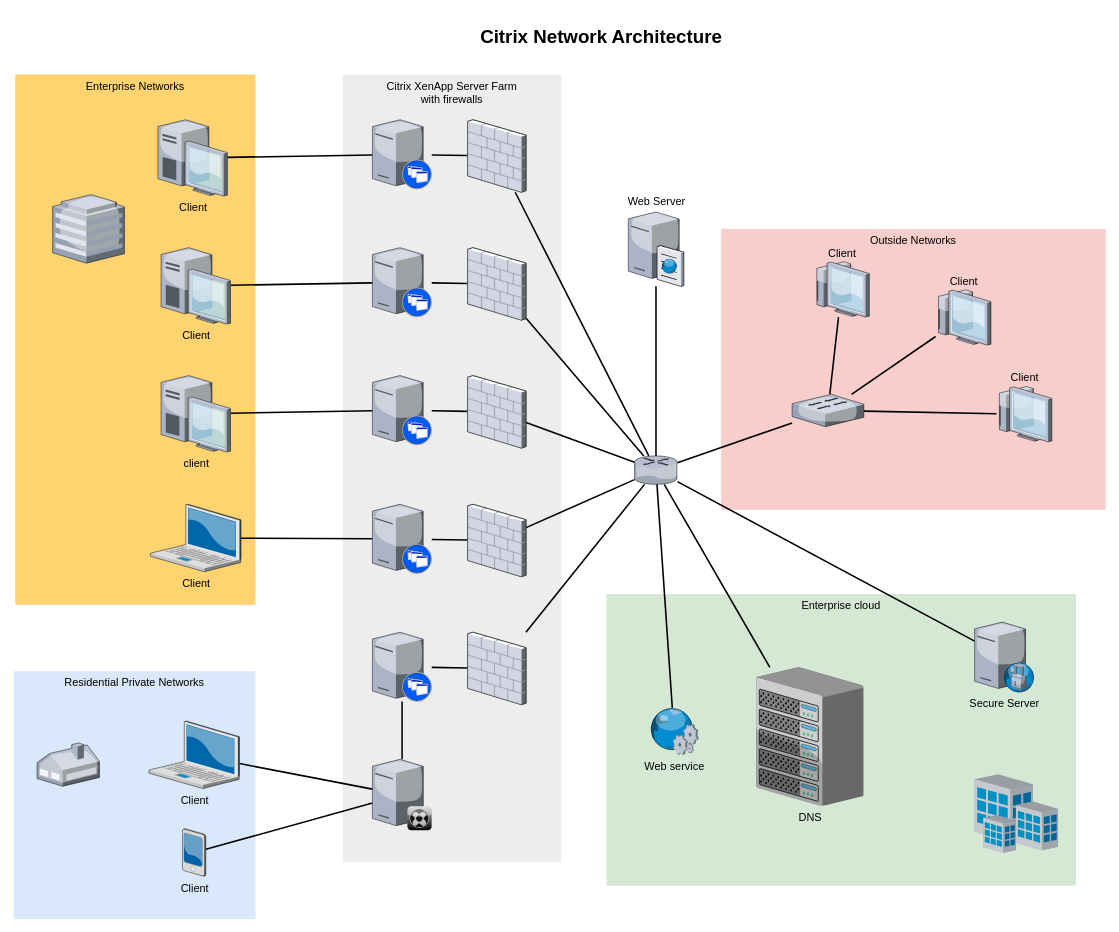
Earlier version of the draw.io diagram Untitled Diagram.drawio (INNOVAITCOL/TEST). Source tidied: cells renumbered, new cells numbered last; positions are measured from the earlier drawing's top-left corner, leaving out a move shared by most shapes. Both pictures are drawn from the tidied source at 78%, with x=0, y=0 at pixel (13, 21).
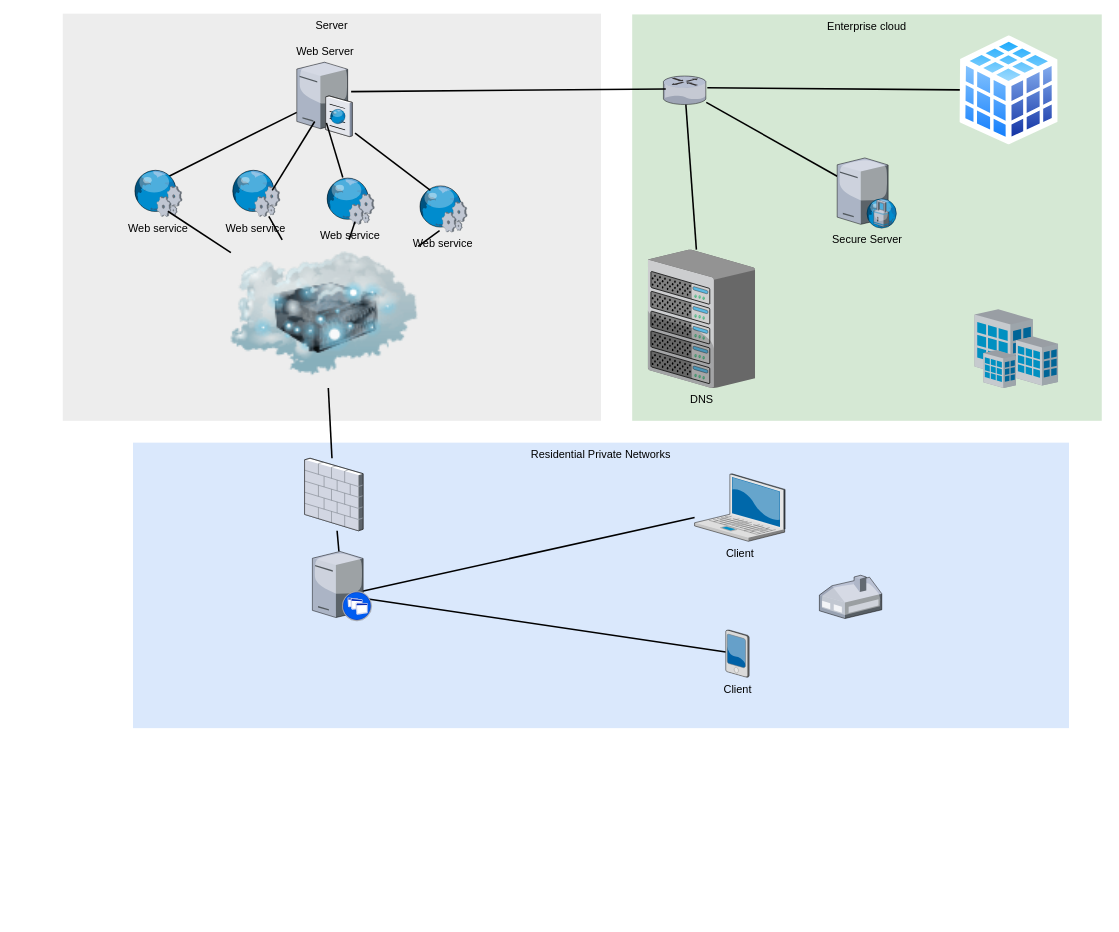
After the change.

Diff of the diagram source:
```diff
@@
-    <mxCell id="2" value="Outside Networks" style="whiteSpace=wrap;html=1;fillColor=#f8cecc;fontSize=14;strokeColor=none;verticalAlign=top;" parent="1" vertex="1">
-      <mxGeometry x="907" y="266" width="493" height="360" as="geometry" />
-    </mxCell>
     <mxCell id="3" value="Enterprise cloud" style="whiteSpace=wrap;html=1;fillColor=#d5e8d4;fontSize=14;strokeColor=none;verticalAlign=top;" parent="1" vertex="1">
-      <mxGeometry x="760" y="734" width="602" height="374" as="geometry" />
+      <mxGeometry x="793" y="-9" width="602" height="521" as="geometry" />
     </mxCell>
-    <mxCell id="4" value="Citrix XenApp Server Farm&lt;div&gt;with firewalls&lt;/div&gt;" style="whiteSpace=wrap;html=1;fillColor=#EDEDED;fontSize=14;strokeColor=none;verticalAlign=top;" parent="1" vertex="1">
-      <mxGeometry x="422" y="68" width="280" height="1010" as="geometry" />
+    <mxCell id="4" value="Server&lt;br&gt;" style="whiteSpace=wrap;html=1;fillColor=#EDEDED;fontSize=14;strokeColor=none;verticalAlign=top;" parent="1" vertex="1">
+      <mxGeometry x="63" y="-10" width="690" height="522" as="geometry" />
     </mxCell>
     <mxCell id="5" value="Residential Private Networks" style="whiteSpace=wrap;html=1;fillColor=#dae8fc;fontSize=14;strokeColor=none;verticalAlign=top;" parent="1" vertex="1">
-      <mxGeometry y="833" width="310" height="318" as="geometry" />
+      <mxGeometry x="153" y="540" width="1200" height="366" as="geometry" />
     </mxCell>
-    <mxCell id="6" value="Enterprise Networks" style="whiteSpace=wrap;html=1;fillColor=#FFD470;gradientColor=none;fontSize=14;strokeColor=none;verticalAlign=top;" parent="1" vertex="1">
-      <mxGeometry x="2" y="68" width="308" height="680" as="geometry" />
-    </mxCell>
-    <mxCell id="7" style="edgeStyle=none;rounded=0;html=1;startSize=10;endSize=10;jettySize=auto;fontSize=14;endArrow=none;endFill=0;strokeWidth=2;" parent="1" edge="1" source="8" target="35">
+    <mxCell id="7" style="edgeStyle=none;rounded=0;html=1;startSize=10;endSize=10;jettySize=auto;fontSize=14;endArrow=none;endFill=0;strokeWidth=2;entryX=0.763;entryY=0.586;entryDx=0;entryDy=0;entryPerimeter=0;" parent="1" edge="1" source="8" target="20">
       <mxGeometry relative="1" as="geometry" />
     </mxCell>
     <mxCell id="8" value="Client" style="verticalLabelPosition=bottom;html=1;verticalAlign=top;strokeColor=none;shape=mxgraph.citrix.laptop_2;fillColor=#66B2FF;gradientColor=#0066CC;fontSize=14;" parent="1" vertex="1">
-      <mxGeometry x="173.5" y="897" width="116" height="86.5" as="geometry" />
+      <mxGeometry x="873" y="580" width="116" height="86.5" as="geometry" />
     </mxCell>
-    <mxCell id="9" style="edgeStyle=none;rounded=0;html=1;startSize=10;endSize=10;jettySize=auto;fontSize=14;endArrow=none;endFill=0;strokeWidth=2;" parent="1" edge="1" source="10" target="22">
-      <mxGeometry relative="1" as="geometry" />
-    </mxCell>
-    <mxCell id="10" value="Client" style="verticalLabelPosition=bottom;html=1;verticalAlign=top;strokeColor=none;shape=mxgraph.citrix.laptop_2;fillColor=#66B2FF;gradientColor=#0066CC;fontSize=14;" parent="1" vertex="1">
-      <mxGeometry x="175.5" y="619" width="116" height="86.5" as="geometry" />
-    </mxCell>
-    <mxCell id="11" style="edgeStyle=none;rounded=0;html=1;startSize=10;endSize=10;jettySize=auto;fontSize=14;endArrow=none;endFill=0;strokeWidth=2;" parent="1" edge="1" source="12" target="24">
-      <mxGeometry relative="1" as="geometry" />
-    </mxCell>
-    <mxCell id="12" value="client" style="verticalLabelPosition=bottom;html=1;verticalAlign=top;strokeColor=none;shape=mxgraph.citrix.desktop;fillColor=#66B2FF;gradientColor=#0066CC;fontSize=14;" parent="1" vertex="1">
-      <mxGeometry x="189" y="454" width="89" height="98" as="geometry" />
-    </mxCell>
-    <mxCell id="13" style="edgeStyle=none;rounded=0;html=1;startSize=10;endSize=10;jettySize=auto;fontSize=14;endArrow=none;endFill=0;strokeWidth=2;" parent="1" edge="1" source="14" target="26">
-      <mxGeometry relative="1" as="geometry" />
-    </mxCell>
-    <mxCell id="14" value="Client" style="verticalLabelPosition=bottom;html=1;verticalAlign=top;strokeColor=none;shape=mxgraph.citrix.desktop;fillColor=#66B2FF;gradientColor=#0066CC;fontSize=14;" parent="1" vertex="1">
-      <mxGeometry x="189" y="290" width="89" height="98" as="geometry" />
-    </mxCell>
-    <mxCell id="15" style="edgeStyle=none;rounded=0;html=1;startSize=10;endSize=10;jettySize=auto;fontSize=14;endArrow=none;endFill=0;strokeWidth=2;" parent="1" edge="1" source="16" target="28">
-      <mxGeometry relative="1" as="geometry" />
-    </mxCell>
-    <mxCell id="16" value="Client" style="verticalLabelPosition=bottom;html=1;verticalAlign=top;strokeColor=none;shape=mxgraph.citrix.desktop;fillColor=#66B2FF;gradientColor=#0066CC;fontSize=14;" parent="1" vertex="1">
-      <mxGeometry x="185" y="126" width="89" height="98" as="geometry" />
-    </mxCell>
-    <mxCell id="17" style="edgeStyle=none;rounded=0;html=1;startSize=10;endSize=10;jettySize=auto;fontSize=14;endArrow=none;endFill=0;strokeWidth=2;" parent="1" edge="1" source="18" target="35">
+    <mxCell id="17" style="edgeStyle=none;rounded=0;html=1;startSize=10;endSize=10;jettySize=auto;fontSize=14;endArrow=none;endFill=0;strokeWidth=2;entryX=0.741;entryY=0.661;entryDx=0;entryDy=0;entryPerimeter=0;" parent="1" edge="1" source="18" target="20">
       <mxGeometry relative="1" as="geometry" />
     </mxCell>
     <mxCell id="18" value="Client" style="verticalLabelPosition=bottom;html=1;verticalAlign=top;strokeColor=none;shape=mxgraph.citrix.pda;fillColor=#66B2FF;gradientColor=#0066CC;fontSize=14;" parent="1" vertex="1">
-      <mxGeometry x="216.5" y="1035" width="30" height="61" as="geometry" />
+      <mxGeometry x="913" y="780" width="30" height="61" as="geometry" />
     </mxCell>
@@
     <mxCell id="20" style="verticalLabelPosition=bottom;html=1;verticalAlign=top;strokeColor=none;shape=mxgraph.citrix.xenapp_server;fillColor=#66B2FF;gradientColor=#0066CC;fontSize=14;" parent="1" vertex="1">
-      <mxGeometry x="460" y="783" width="76" height="89" as="geometry" />
+      <mxGeometry x="383" y="679.5" width="76" height="89" as="geometry" />
     </mxCell>
-    <mxCell id="21" style="edgeStyle=none;rounded=0;html=1;startSize=10;endSize=10;jettySize=auto;fontSize=14;endArrow=none;endFill=0;strokeWidth=2;" parent="1" edge="1" source="22" target="45">
-      <mxGeometry relative="1" as="geometry" />
-    </mxCell>
-    <mxCell id="22" style="verticalLabelPosition=bottom;html=1;verticalAlign=top;strokeColor=none;shape=mxgraph.citrix.xenapp_server;fillColor=#66B2FF;gradientColor=#0066CC;fontSize=14;" parent="1" vertex="1">
-      <mxGeometry x="460" y="619" width="76" height="89" as="geometry" />
-    </mxCell>
-    <mxCell id="23" style="edgeStyle=none;rounded=0;html=1;startSize=10;endSize=10;jettySize=auto;fontSize=14;endArrow=none;endFill=0;strokeWidth=2;" parent="1" edge="1" source="24" target="43">
-      <mxGeometry relative="1" as="geometry" />
-    </mxCell>
-    <mxCell id="24" style="verticalLabelPosition=bottom;html=1;verticalAlign=top;strokeColor=none;shape=mxgraph.citrix.xenapp_server;fillColor=#66B2FF;gradientColor=#0066CC;fontSize=14;" parent="1" vertex="1">
-      <mxGeometry x="460" y="454" width="76" height="89" as="geometry" />
-    </mxCell>
-    <mxCell id="25" style="edgeStyle=none;rounded=0;html=1;startSize=10;endSize=10;jettySize=auto;fontSize=14;endArrow=none;endFill=0;strokeWidth=2;" parent="1" edge="1" source="26" target="41">
-      <mxGeometry relative="1" as="geometry" />
-    </mxCell>
-    <mxCell id="26" style="verticalLabelPosition=bottom;html=1;verticalAlign=top;strokeColor=none;shape=mxgraph.citrix.xenapp_server;fillColor=#66B2FF;gradientColor=#0066CC;fontSize=14;" parent="1" vertex="1">
-      <mxGeometry x="460" y="290" width="76" height="89" as="geometry" />
-    </mxCell>
-    <mxCell id="27" style="edgeStyle=none;rounded=0;html=1;startSize=10;endSize=10;jettySize=auto;fontSize=14;endArrow=none;endFill=0;strokeWidth=2;" parent="1" edge="1" source="28" target="39">
-      <mxGeometry relative="1" as="geometry" />
-    </mxCell>
-    <mxCell id="28" style="verticalLabelPosition=bottom;html=1;verticalAlign=top;strokeColor=none;shape=mxgraph.citrix.xenapp_server;fillColor=#66B2FF;gradientColor=#0066CC;fontSize=14;" parent="1" vertex="1">
-      <mxGeometry x="460" y="126" width="76" height="89" as="geometry" />
-    </mxCell>
@@
-    <mxCell id="30" style="edgeStyle=none;rounded=0;html=1;startSize=10;endSize=10;jettySize=auto;fontSize=14;endArrow=none;endFill=0;strokeWidth=2;" parent="1" edge="1" source="33" target="36">
+    <mxCell id="30" style="edgeStyle=none;rounded=0;html=1;startSize=10;endSize=10;jettySize=auto;fontSize=14;endArrow=none;endFill=0;strokeWidth=2;exitX=0.683;exitY=0.167;exitDx=0;exitDy=0;exitPerimeter=0;" parent="1" edge="1" source="63" target="36">
       <mxGeometry relative="1" as="geometry" />
     </mxCell>
-    <mxCell id="31" style="edgeStyle=none;rounded=0;html=1;startSize=10;endSize=10;jettySize=auto;fontSize=14;endArrow=none;endFill=0;strokeWidth=2;" parent="1" edge="1" source="33" target="54">
-      <mxGeometry relative="1" as="geometry" />
-    </mxCell>
@@
     <mxCell id="33" style="verticalLabelPosition=bottom;html=1;verticalAlign=top;strokeColor=none;shape=mxgraph.citrix.router;fillColor=#66B2FF;gradientColor=#0066CC;fontSize=14;" parent="1" vertex="1">
-      <mxGeometry x="796" y="557" width="55" height="36.5" as="geometry" />
+      <mxGeometry x="833" y="70" width="55" height="36.5" as="geometry" />
     </mxCell>
-    <mxCell id="34" style="edgeStyle=none;rounded=0;html=1;startSize=10;endSize=10;jettySize=auto;fontSize=14;endArrow=none;endFill=0;strokeWidth=2;" parent="1" edge="1" source="35" target="20">
-      <mxGeometry relative="1" as="geometry" />
-    </mxCell>
-    <mxCell id="35" style="verticalLabelPosition=bottom;html=1;verticalAlign=top;strokeColor=none;shape=mxgraph.citrix.xenclient_synchronizer;fillColor=#CCCCCC;gradientColor=#000000;gradientDirection=south;fontSize=14;" parent="1" vertex="1">
-      <mxGeometry x="460" y="946" width="76" height="91" as="geometry" />
-    </mxCell>
     <mxCell id="36" value="Web Server" style="verticalLabelPosition=top;html=1;verticalAlign=bottom;strokeColor=none;shape=mxgraph.citrix.cache_server;fillColor=#66B2FF;gradientColor=#0066CC;fontSize=14;labelPosition=center;align=center;" parent="1" vertex="1">
-      <mxGeometry x="788" y="242" width="71" height="97.5" as="geometry" />
+      <mxGeometry x="363" y="50" width="71" height="97.5" as="geometry" />
     </mxCell>
     <mxCell id="37" value="DNS" style="verticalLabelPosition=bottom;html=1;verticalAlign=top;strokeColor=none;shape=mxgraph.citrix.chassis;fillColor=#66B2FF;gradientColor=#0066CC;fontSize=14;" parent="1" vertex="1">
-      <mxGeometry x="952" y="828" width="137.5" height="177.5" as="geometry" />
+      <mxGeometry x="813" y="292.5" width="137.5" height="177.5" as="geometry" />
     </mxCell>
-    <mxCell id="38" style="edgeStyle=none;rounded=0;html=1;startSize=10;endSize=10;jettySize=auto;fontSize=14;endArrow=none;endFill=0;strokeWidth=2;" parent="1" edge="1" source="39" target="33">
-      <mxGeometry relative="1" as="geometry" />
-    </mxCell>
-    <mxCell id="39" style="verticalLabelPosition=bottom;html=1;verticalAlign=top;strokeColor=none;shape=mxgraph.citrix.firewall;fillColor=#66B2FF;gradientColor=#0066CC;fontSize=14;" parent="1" vertex="1">
-      <mxGeometry x="582" y="126" width="75" height="93" as="geometry" />
-    </mxCell>
-    <mxCell id="40" style="edgeStyle=none;rounded=0;html=1;startSize=10;endSize=10;jettySize=auto;fontSize=14;endArrow=none;endFill=0;strokeWidth=2;" parent="1" edge="1" source="41" target="33">
-      <mxGeometry relative="1" as="geometry" />
-    </mxCell>
-    <mxCell id="41" style="verticalLabelPosition=bottom;html=1;verticalAlign=top;strokeColor=none;shape=mxgraph.citrix.firewall;fillColor=#66B2FF;gradientColor=#0066CC;fontSize=14;" parent="1" vertex="1">
-      <mxGeometry x="582" y="290" width="75" height="93" as="geometry" />
-    </mxCell>
-    <mxCell id="42" style="edgeStyle=none;rounded=0;html=1;startSize=10;endSize=10;jettySize=auto;fontSize=14;endArrow=none;endFill=0;strokeWidth=2;" parent="1" edge="1" source="43" target="33">
-      <mxGeometry relative="1" as="geometry" />
-    </mxCell>
-    <mxCell id="43" style="verticalLabelPosition=bottom;html=1;verticalAlign=top;strokeColor=none;shape=mxgraph.citrix.firewall;fillColor=#66B2FF;gradientColor=#0066CC;fontSize=14;" parent="1" vertex="1">
-      <mxGeometry x="582" y="454" width="75" height="93" as="geometry" />
-    </mxCell>
-    <mxCell id="44" style="edgeStyle=none;rounded=0;html=1;startSize=10;endSize=10;jettySize=auto;fontSize=14;endArrow=none;endFill=0;strokeWidth=2;" parent="1" edge="1" source="45" target="33">
-      <mxGeometry relative="1" as="geometry" />
-    </mxCell>
-    <mxCell id="45" style="verticalLabelPosition=bottom;html=1;verticalAlign=top;strokeColor=none;shape=mxgraph.citrix.firewall;fillColor=#66B2FF;gradientColor=#0066CC;fontSize=14;" parent="1" vertex="1">
-      <mxGeometry x="582" y="619" width="75" height="93" as="geometry" />
-    </mxCell>
-    <mxCell id="46" style="edgeStyle=none;rounded=0;html=1;startSize=10;endSize=10;jettySize=auto;fontSize=14;endArrow=none;endFill=0;strokeWidth=2;" parent="1" edge="1" source="47" target="33">
+    <mxCell id="46" style="edgeStyle=none;rounded=0;html=1;startSize=10;endSize=10;jettySize=auto;fontSize=14;endArrow=none;endFill=0;strokeWidth=2;" parent="1" edge="1" source="47" target="62">
       <mxGeometry relative="1" as="geometry" />
     </mxCell>
     <mxCell id="47" style="verticalLabelPosition=bottom;html=1;verticalAlign=top;strokeColor=none;shape=mxgraph.citrix.firewall;fillColor=#66B2FF;gradientColor=#0066CC;fontSize=14;" parent="1" vertex="1">
-      <mxGeometry x="582" y="783" width="75" height="93" as="geometry" />
+      <mxGeometry x="373" y="560" width="75" height="93" as="geometry" />
     </mxCell>
     <mxCell id="48" style="verticalLabelPosition=bottom;html=1;verticalAlign=top;strokeColor=none;shape=mxgraph.citrix.home_office;fillColor=#66B2FF;gradientColor=#0066CC;fontSize=14;" parent="1" vertex="1">
-      <mxGeometry x="30" y="925" width="80" height="55.5" as="geometry" />
+      <mxGeometry x="1033" y="710" width="80" height="55.5" as="geometry" />
     </mxCell>
-    <mxCell id="49" style="verticalLabelPosition=bottom;html=1;verticalAlign=top;strokeColor=none;shape=mxgraph.citrix.hq_enterprise;fillColor=#66B2FF;gradientColor=#0066CC;fontSize=14;" parent="1" vertex="1">
-      <mxGeometry x="50" y="222" width="92" height="88" as="geometry" />
-    </mxCell>
     <mxCell id="50" value="Secure Server" style="verticalLabelPosition=bottom;html=1;verticalAlign=top;strokeColor=none;shape=mxgraph.citrix.proxy_server;fillColor=#66B2FF;gradientColor=#0066CC;fontSize=14;" parent="1" vertex="1">
-      <mxGeometry x="1232" y="770" width="76.5" height="90" as="geometry" />
+      <mxGeometry x="1055.8" y="175" width="76.5" height="90" as="geometry" />
     </mxCell>
-    <mxCell id="51" style="edgeStyle=none;rounded=0;html=1;startSize=10;endSize=10;jettySize=auto;fontSize=14;endArrow=none;endFill=0;strokeWidth=2;" parent="1" edge="1" source="54" target="57">
-      <mxGeometry relative="1" as="geometry" />
-    </mxCell>
-    <mxCell id="52" style="edgeStyle=none;rounded=0;html=1;startSize=10;endSize=10;jettySize=auto;fontSize=14;endArrow=none;endFill=0;strokeWidth=2;" parent="1" edge="1" source="54" target="56">
-      <mxGeometry relative="1" as="geometry" />
-    </mxCell>
-    <mxCell id="53" style="edgeStyle=none;rounded=0;html=1;startSize=10;endSize=10;jettySize=auto;fontSize=14;endArrow=none;endFill=0;strokeWidth=2;" parent="1" edge="1" source="54" target="55">
-      <mxGeometry relative="1" as="geometry" />
-    </mxCell>
-    <mxCell id="54" style="verticalLabelPosition=bottom;html=1;verticalAlign=top;strokeColor=none;shape=mxgraph.citrix.switch;fillColor=#66B2FF;gradientColor=#0066CC;fontSize=14;" parent="1" vertex="1">
-      <mxGeometry x="998" y="478" width="92" height="41.5" as="geometry" />
-    </mxCell>
-    <mxCell id="55" value="Client" style="verticalLabelPosition=top;html=1;verticalAlign=bottom;strokeColor=none;shape=mxgraph.citrix.thin_client;fillColor=#66B2FF;gradientColor=#0066CC;fontSize=14;labelPosition=center;align=center;" parent="1" vertex="1">
-      <mxGeometry x="1260" y="468" width="71" height="71" as="geometry" />
-    </mxCell>
-    <mxCell id="56" value="Client" style="verticalLabelPosition=top;html=1;verticalAlign=bottom;strokeColor=none;shape=mxgraph.citrix.thin_client;fillColor=#66B2FF;gradientColor=#0066CC;fontSize=14;labelPosition=center;align=center;" parent="1" vertex="1">
-      <mxGeometry x="1182" y="344" width="71" height="71" as="geometry" />
-    </mxCell>
-    <mxCell id="57" value="Client" style="verticalLabelPosition=top;html=1;verticalAlign=bottom;strokeColor=none;shape=mxgraph.citrix.thin_client;fillColor=#66B2FF;gradientColor=#0066CC;fontSize=14;labelPosition=center;align=center;" parent="1" vertex="1">
-      <mxGeometry x="1026" y="308" width="71" height="71" as="geometry" />
-    </mxCell>
-    <mxCell id="58" style="edgeStyle=none;rounded=0;html=1;startSize=10;endSize=10;jettySize=auto;fontSize=14;endArrow=none;endFill=0;strokeWidth=2;" parent="1" edge="1" source="59" target="33">
-      <mxGeometry relative="1" as="geometry" />
-    </mxCell>
-    <mxCell id="59" value="Web service" style="verticalLabelPosition=bottom;html=1;verticalAlign=top;strokeColor=none;shape=mxgraph.citrix.web_service;fillColor=#66B2FF;gradientColor=#0066CC;fontSize=14;" parent="1" vertex="1">
-      <mxGeometry x="815" y="880" width="63" height="60" as="geometry" />
-    </mxCell>
     <mxCell id="60" style="verticalLabelPosition=bottom;html=1;verticalAlign=top;strokeColor=none;shape=mxgraph.citrix.site;fillColor=#66B2FF;gradientColor=#0066CC;fontSize=14;" parent="1" vertex="1">
-      <mxGeometry x="1232" y="965" width="107" height="101" as="geometry" />
+      <mxGeometry x="1232" y="369" width="107" height="101" as="geometry" />
     </mxCell>
-    <mxCell id="61" value="Citrix Network Architecture" style="text;strokeColor=none;fillColor=none;html=1;fontSize=24;fontStyle=1;verticalAlign=middle;align=center;" parent="1" vertex="1">
-      <mxGeometry x="322" width="861" height="40" as="geometry" />
-    </mxCell>
+    <mxCell id="62" style="image;html=1;image=img/lib/clip_art/networking/Cloud_Server_128x128.png;" parent="1" vertex="1">
+      <mxGeometry x="278.5" y="280" width="240" height="190" as="geometry" />
+    </mxCell>
+    <mxCell id="63" value="Web service" style="verticalLabelPosition=bottom;html=1;verticalAlign=top;strokeColor=none;shape=mxgraph.citrix.web_service;fillColor=#66B2FF;gradientColor=#0066CC;fontSize=14;" parent="1" vertex="1">
+      <mxGeometry x="153" y="190" width="63" height="60" as="geometry" />
+    </mxCell>
+    <mxCell id="64" value="Web service" style="verticalLabelPosition=bottom;html=1;verticalAlign=top;strokeColor=none;shape=mxgraph.citrix.web_service;fillColor=#66B2FF;gradientColor=#0066CC;fontSize=14;" parent="1" vertex="1">
+      <mxGeometry x="278.5" y="190" width="63" height="60" as="geometry" />
+    </mxCell>
+    <mxCell id="65" value="Web service" style="verticalLabelPosition=bottom;html=1;verticalAlign=top;strokeColor=none;shape=mxgraph.citrix.web_service;fillColor=#66B2FF;gradientColor=#0066CC;fontSize=14;" parent="1" vertex="1">
+      <mxGeometry x="399.5" y="200" width="63" height="60" as="geometry" />
+    </mxCell>
+    <mxCell id="66" style="edgeStyle=none;rounded=0;html=1;startSize=10;endSize=10;jettySize=auto;fontSize=14;endArrow=none;endFill=0;strokeWidth=2;entryX=0.324;entryY=0.803;entryDx=0;entryDy=0;entryPerimeter=0;exitX=0.841;exitY=0.444;exitDx=0;exitDy=0;exitPerimeter=0;" parent="1" edge="1" source="64" target="36">
+      <mxGeometry relative="1" as="geometry" />
+    </mxCell>
+    <mxCell id="67" style="edgeStyle=none;rounded=0;html=1;startSize=10;endSize=10;jettySize=auto;fontSize=14;endArrow=none;endFill=0;strokeWidth=2;entryX=0.535;entryY=0.821;entryDx=0;entryDy=0;entryPerimeter=0;" parent="1" edge="1" source="65" target="36">
+      <mxGeometry relative="1" as="geometry" />
+    </mxCell>
+    <mxCell id="68" value="Web service" style="verticalLabelPosition=bottom;html=1;verticalAlign=top;strokeColor=none;shape=mxgraph.citrix.web_service;fillColor=#66B2FF;gradientColor=#0066CC;fontSize=14;" parent="1" vertex="1">
+      <mxGeometry x="518.5" y="210" width="63" height="60" as="geometry" />
+    </mxCell>
+    <mxCell id="69" style="edgeStyle=none;rounded=0;html=1;startSize=10;endSize=10;jettySize=auto;fontSize=14;endArrow=none;endFill=0;strokeWidth=2;entryX=1.052;entryY=0.957;entryDx=0;entryDy=0;entryPerimeter=0;exitX=0.251;exitY=0.111;exitDx=0;exitDy=0;exitPerimeter=0;" parent="1" edge="1" source="68" target="36">
+      <mxGeometry relative="1" as="geometry" />
+    </mxCell>
+    <mxCell id="70" style="edgeStyle=none;rounded=0;html=1;startSize=10;endSize=10;jettySize=auto;fontSize=14;endArrow=none;endFill=0;strokeWidth=2;exitX=0.437;exitY=0.972;exitDx=0;exitDy=0;exitPerimeter=0;" parent="1" edge="1" source="68" target="62">
+      <mxGeometry relative="1" as="geometry" />
+    </mxCell>
+    <mxCell id="71" style="edgeStyle=none;rounded=0;html=1;startSize=10;endSize=10;jettySize=auto;fontSize=14;endArrow=none;endFill=0;strokeWidth=2;exitX=0.709;exitY=0.889;exitDx=0;exitDy=0;exitPerimeter=0;" parent="1" edge="1" source="63" target="62">
+      <mxGeometry relative="1" as="geometry" />
+    </mxCell>
+    <mxCell id="72" style="edgeStyle=none;rounded=0;html=1;startSize=10;endSize=10;jettySize=auto;fontSize=14;endArrow=none;endFill=0;strokeWidth=2;" parent="1" edge="1" source="64" target="62">
+      <mxGeometry relative="1" as="geometry" />
+    </mxCell>
+    <mxCell id="73" style="edgeStyle=none;rounded=0;html=1;startSize=10;endSize=10;jettySize=auto;fontSize=14;endArrow=none;endFill=0;strokeWidth=2;exitX=0.606;exitY=0.944;exitDx=0;exitDy=0;exitPerimeter=0;" parent="1" edge="1" source="65" target="62">
+      <mxGeometry relative="1" as="geometry" />
+    </mxCell>
+    <mxCell id="74" style="perimeter=ellipsePerimeter;html=1;align=center;shadow=0;dashed=0;spacingTop=3;image;image=img/lib/active_directory/database_cube.svg;" parent="1" vertex="1">
+      <mxGeometry x="1213" y="18.2" width="126" height="140" as="geometry" />
+    </mxCell>
+    <mxCell id="75" style="edgeStyle=none;rounded=0;html=1;startSize=10;endSize=10;jettySize=auto;fontSize=14;endArrow=none;endFill=0;strokeWidth=2;exitX=1.024;exitY=0.411;exitDx=0;exitDy=0;exitPerimeter=0;" parent="1" edge="1" source="33" target="74">
+      <mxGeometry relative="1" as="geometry" />
+    </mxCell>
+    <mxCell id="76" style="edgeStyle=none;rounded=0;html=1;startSize=10;endSize=10;jettySize=auto;fontSize=14;endArrow=none;endFill=0;strokeWidth=2;exitX=0.981;exitY=0.41;exitDx=0;exitDy=0;exitPerimeter=0;entryX=0.055;entryY=0.454;entryDx=0;entryDy=0;entryPerimeter=0;" parent="1" edge="1" source="36" target="33">
+      <mxGeometry relative="1" as="geometry" />
+    </mxCell>
```
